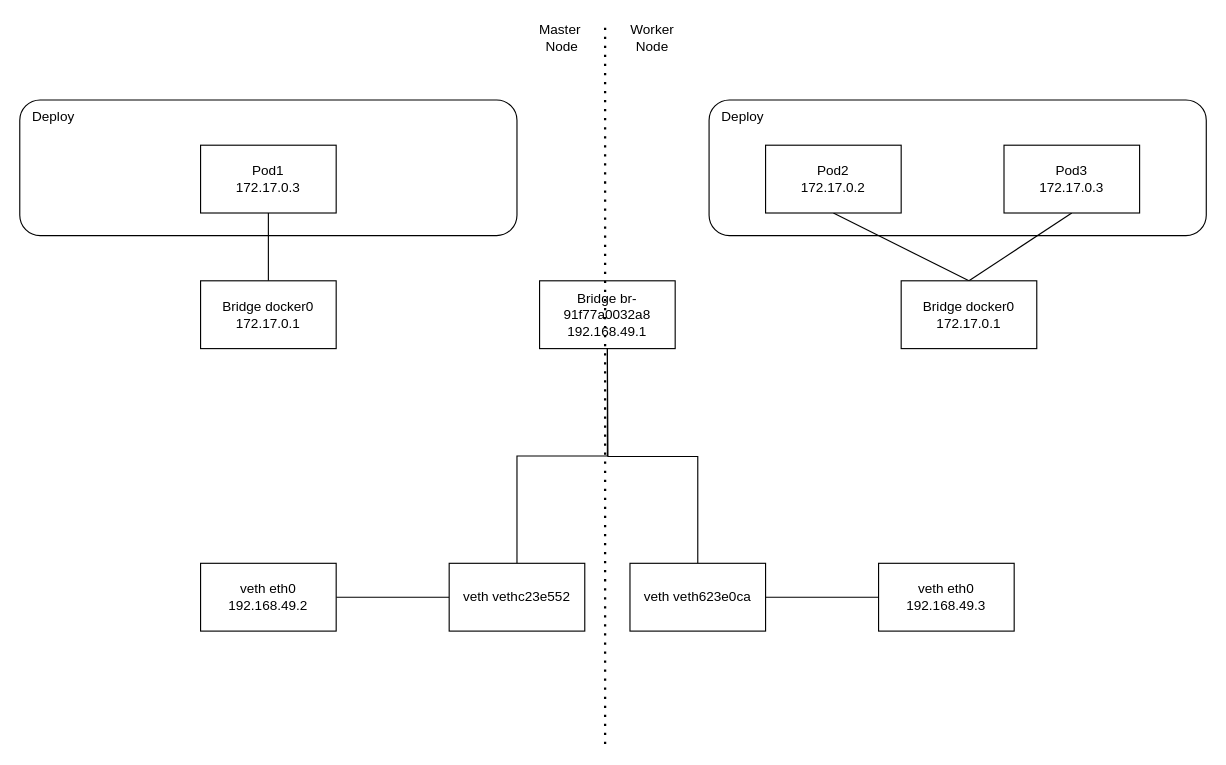
Before: page "k8s_minikube" (5 of 7) of network_topology.drawio in adinxu/draw.io, a draw.io diagram. Source tidied: cells renumbered, new cells numbered last; positions are measured from the earlier drawing's top-left corner, leaving out a move shared by most shapes. Both pictures are drawn from the tidied source at 113%, with x=0, y=0 at pixel (19, 20).
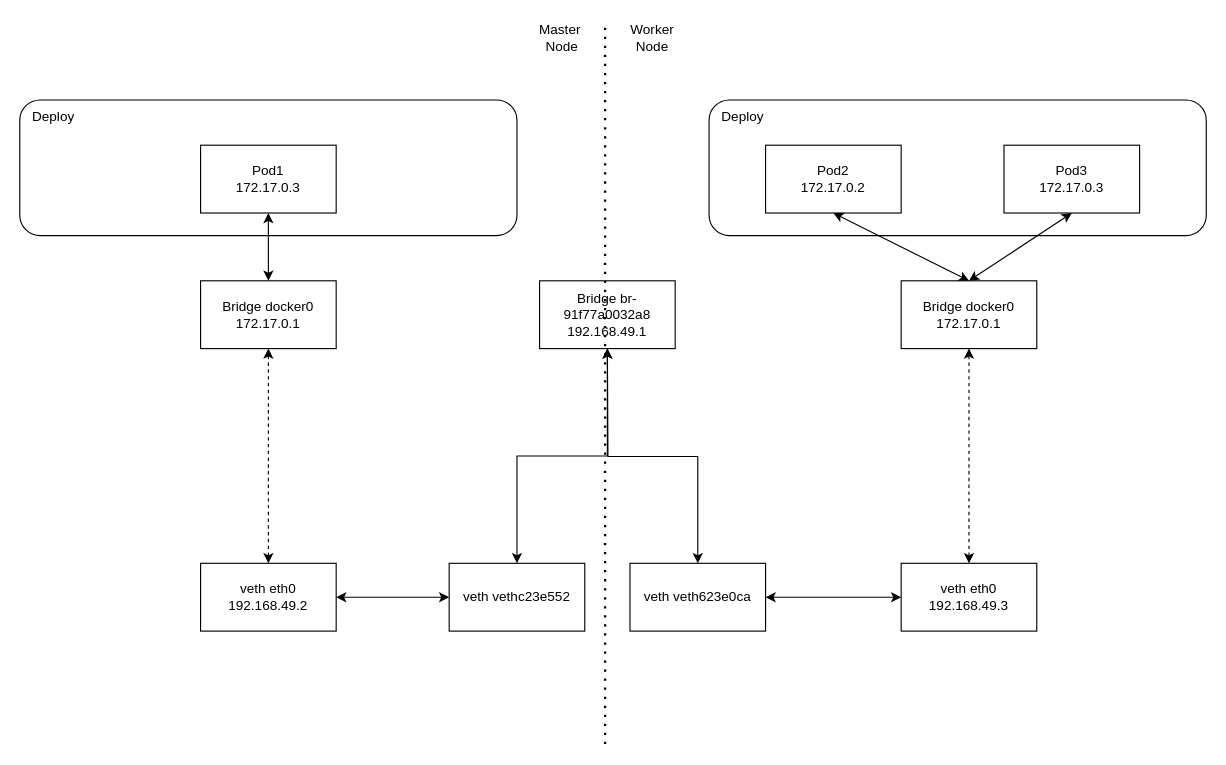
The same diagram, later.

The change refers to these unchanged cells:
```xml
<mxCell id="4" value="Pod1&lt;div&gt;172.17.0.3&lt;/div&gt;" style="rounded=0;whiteSpace=wrap;html=1;" parent="1" vertex="1">
  <mxGeometry x="160" y="110" width="120" height="60" as="geometry" />
</mxCell>
<mxCell id="6" value="Bridge docker0&lt;div&gt;172.17.0.1&lt;/div&gt;" style="rounded=0;whiteSpace=wrap;html=1;" parent="1" vertex="1">
  <mxGeometry x="160" y="230" width="120" height="60" as="geometry" />
</mxCell>
<mxCell id="8" value="veth eth0&lt;div&gt;192.168.49.2&lt;/div&gt;" style="rounded=0;whiteSpace=wrap;html=1;" parent="1" vertex="1">
  <mxGeometry x="160" y="480" width="120" height="60" as="geometry" />
</mxCell>
<mxCell id="9" value="Bridge br-91f77a0032a8&lt;div&gt;192.168.49.1&lt;/div&gt;" style="rounded=0;whiteSpace=wrap;html=1;" parent="1" vertex="1">
  <mxGeometry x="460" y="230" width="120" height="60" as="geometry" />
</mxCell>
<mxCell id="11" value="veth&amp;nbsp;vethc23e552" style="rounded=0;whiteSpace=wrap;html=1;" parent="1" vertex="1">
  <mxGeometry x="380" y="480" width="120" height="60" as="geometry" />
</mxCell>
<mxCell id="17" value="Pod2&lt;div&gt;172.17.0.2&lt;/div&gt;" style="rounded=0;whiteSpace=wrap;html=1;" parent="1" vertex="1">
  <mxGeometry x="660" y="110" width="120" height="60" as="geometry" />
</mxCell>
<mxCell id="19" value="Pod3&lt;br&gt;&lt;div&gt;172.17.0.3&lt;/div&gt;" style="rounded=0;whiteSpace=wrap;html=1;" parent="1" vertex="1">
  <mxGeometry x="871" y="110" width="120" height="60" as="geometry" />
</mxCell>
<mxCell id="24" value="veth&amp;nbsp;veth623e0ca" style="rounded=0;whiteSpace=wrap;html=1;" parent="1" vertex="1">
  <mxGeometry x="540" y="480" width="120" height="60" as="geometry" />
</mxCell>
<mxCell id="25" value="Bridge docker0&lt;div&gt;172.17.0.1&lt;/div&gt;" style="rounded=0;whiteSpace=wrap;html=1;" parent="1" vertex="1">
  <mxGeometry x="780" y="230" width="120" height="60" as="geometry" />
</mxCell>
```

Diff of the diagram source:
```diff
@@
-    <mxCell id="3" style="rounded=0;jettySize=auto;html=1;exitX=0.5;exitY=1;exitDx=0;exitDy=0;entryX=0.5;entryY=0;entryDx=0;entryDy=0;endArrow=none;startFill=0;" parent="1" edge="1" source="4" target="6">
+    <mxCell id="3" style="rounded=0;jettySize=auto;html=1;exitX=0.5;exitY=1;exitDx=0;exitDy=0;entryX=0.5;entryY=0;entryDx=0;entryDy=0;endArrow=classic;startFill=1;startArrow=classic;endFill=1;" parent="1" edge="1" source="4" target="6">
       <mxGeometry relative="1" as="geometry" />
     </mxCell>
@@
+    <mxCell id="26" style="edgeStyle=orthogonalEdgeStyle;rounded=0;jettySize=auto;html=1;exitX=0.5;exitY=1;exitDx=0;exitDy=0;entryX=0.5;entryY=0;entryDx=0;entryDy=0;startArrow=classic;startFill=1;dashed=1;" parent="1" edge="1" source="6" target="8">
+      <mxGeometry relative="1" as="geometry" />
+    </mxCell>
@@
-    <mxCell id="7" style="edgeStyle=orthogonalEdgeStyle;rounded=0;jettySize=auto;html=1;exitX=1;exitY=0.5;exitDx=0;exitDy=0;entryX=0;entryY=0.5;entryDx=0;entryDy=0;endArrow=none;startFill=0;" parent="1" edge="1" source="8" target="11">
+    <mxCell id="7" style="edgeStyle=orthogonalEdgeStyle;rounded=0;jettySize=auto;html=1;exitX=1;exitY=0.5;exitDx=0;exitDy=0;entryX=0;entryY=0.5;entryDx=0;entryDy=0;endArrow=classic;startFill=1;startArrow=classic;endFill=1;" parent="1" edge="1" source="8" target="11">
       <mxGeometry relative="1" as="geometry" />
     </mxCell>
@@
-    <mxCell id="10" style="edgeStyle=orthogonalEdgeStyle;rounded=0;jettySize=auto;html=1;exitX=0.5;exitY=0;exitDx=0;exitDy=0;entryX=0.5;entryY=1;entryDx=0;entryDy=0;endArrow=none;startFill=0;" parent="1" edge="1" source="11" target="9">
+    <mxCell id="10" style="edgeStyle=orthogonalEdgeStyle;rounded=0;jettySize=auto;html=1;exitX=0.5;exitY=0;exitDx=0;exitDy=0;entryX=0.5;entryY=1;entryDx=0;entryDy=0;endArrow=classic;startFill=1;startArrow=classic;endFill=1;" parent="1" edge="1" source="11" target="9">
       <mxGeometry relative="1" as="geometry" />
     </mxCell>
@@
-    <mxCell id="16" style="rounded=0;jettySize=auto;html=1;exitX=0.5;exitY=1;exitDx=0;exitDy=0;endArrow=none;startFill=0;entryX=0.5;entryY=0;entryDx=0;entryDy=0;" parent="1" edge="1" source="17" target="25">
+    <mxCell id="16" style="rounded=0;jettySize=auto;html=1;exitX=0.5;exitY=1;exitDx=0;exitDy=0;endArrow=classic;startFill=1;entryX=0.5;entryY=0;entryDx=0;entryDy=0;startArrow=classic;endFill=1;" parent="1" edge="1" source="17" target="25">
       <mxGeometry relative="1" as="geometry" />
     </mxCell>
@@
-    <mxCell id="18" style="rounded=0;jettySize=auto;html=1;exitX=0.5;exitY=1;exitDx=0;exitDy=0;entryX=0.5;entryY=0;entryDx=0;entryDy=0;endArrow=none;startFill=0;" parent="1" edge="1" source="19" target="25">
+    <mxCell id="18" style="rounded=0;jettySize=auto;html=1;exitX=0.5;exitY=1;exitDx=0;exitDy=0;entryX=0.5;entryY=0;entryDx=0;entryDy=0;endArrow=classic;startFill=1;startArrow=classic;endFill=1;" parent="1" edge="1" source="19" target="25">
       <mxGeometry relative="1" as="geometry" />
     </mxCell>
@@
     <mxCell id="21" value="veth eth0&lt;div&gt;192.168.49.3&lt;/div&gt;" style="rounded=0;whiteSpace=wrap;html=1;" parent="1" vertex="1">
-      <mxGeometry x="760" y="480" width="120" height="60" as="geometry" />
+      <mxGeometry x="780" y="480" width="120" height="60" as="geometry" />
     </mxCell>
-    <mxCell id="22" style="edgeStyle=orthogonalEdgeStyle;rounded=0;jettySize=auto;html=1;endArrow=none;startFill=0;" parent="1" edge="1" source="24" target="21">
+    <mxCell id="22" style="edgeStyle=orthogonalEdgeStyle;rounded=0;jettySize=auto;html=1;endArrow=classic;startFill=1;startArrow=classic;endFill=1;" parent="1" edge="1" source="24" target="21">
       <mxGeometry relative="1" as="geometry">
         <Array as="points">
           <mxPoint x="700" y="510" />
           <mxPoint x="700" y="510" />
         </Array>
       </mxGeometry>
     </mxCell>
-    <mxCell id="23" style="edgeStyle=orthogonalEdgeStyle;rounded=0;jettySize=auto;html=1;exitX=0.5;exitY=0;exitDx=0;exitDy=0;endArrow=none;startFill=0;" parent="1" edge="1" source="24">
+    <mxCell id="23" style="edgeStyle=orthogonalEdgeStyle;rounded=0;jettySize=auto;html=1;exitX=0.5;exitY=0;exitDx=0;exitDy=0;endArrow=classic;startFill=1;startArrow=classic;endFill=1;" parent="1" edge="1" source="24">
       <mxGeometry relative="1" as="geometry">
         <mxPoint x="520" y="290" as="targetPoint" />
       </mxGeometry>
     </mxCell>
@@
+    <mxCell id="27" style="edgeStyle=orthogonalEdgeStyle;rounded=0;jettySize=auto;html=1;exitX=0.5;exitY=1;exitDx=0;exitDy=0;entryX=0.5;entryY=0;entryDx=0;entryDy=0;startArrow=classic;startFill=1;dashed=1;" parent="1" edge="1" source="25" target="21">
+      <mxGeometry relative="1" as="geometry">
+        <Array as="points">
+          <mxPoint x="840" y="330" />
+          <mxPoint x="840" y="330" />
+        </Array>
+      </mxGeometry>
+    </mxCell>
```
